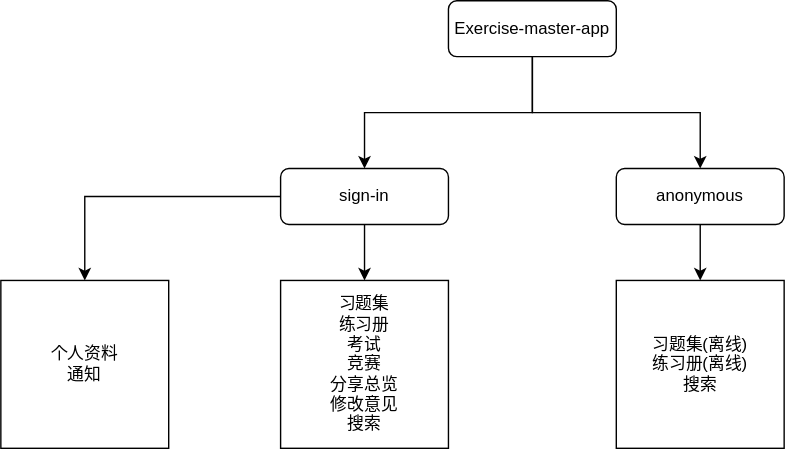
Above: exercise-master-app.svg in gaorock530/brainstorm (draw.io), before the change. Source tidied: cells renumbered, new cells last; positions are measured from the earlier drawing's top-left corner, leaving out a move shared by most shapes.
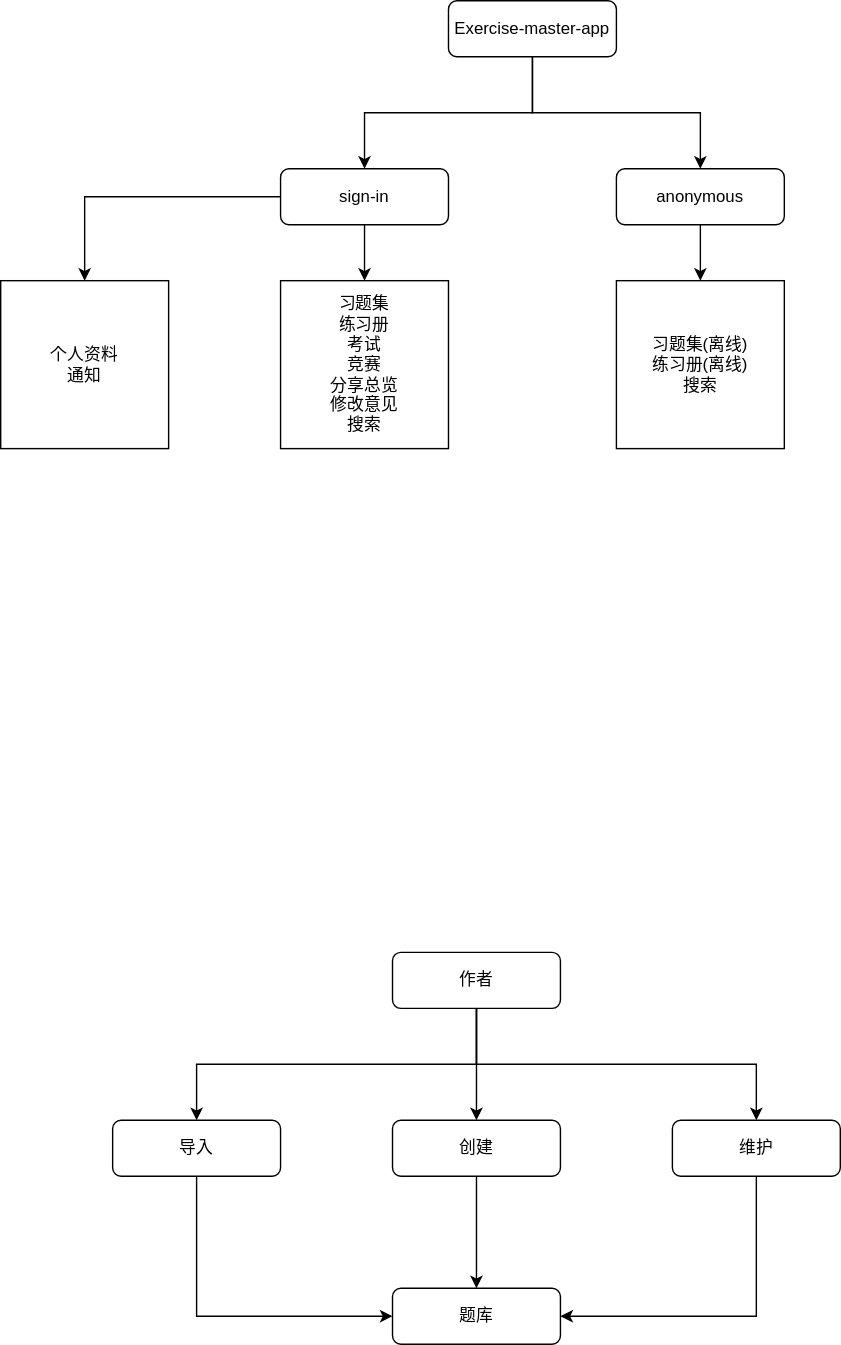
After the change.

What changed in the source:
```diff
@@ -35,5 +35,56 @@
     <mxCell id="12" value="个人资料&lt;br&gt;通知" style="whiteSpace=wrap;html=1;" parent="1" vertex="1">
       <mxGeometry y="200" width="120" height="120" as="geometry" />
     </mxCell>
+    <mxCell id="13" style="edgeStyle=orthogonalEdgeStyle;rounded=0;jettySize=auto;html=1;entryX=0.5;entryY=0;entryDx=0;entryDy=0;" parent="1" edge="1" source="16" target="18">
+      <mxGeometry relative="1" as="geometry" />
+    </mxCell>
+    <mxCell id="14" style="edgeStyle=orthogonalEdgeStyle;rounded=0;jettySize=auto;html=1;entryX=0.5;entryY=0;entryDx=0;entryDy=0;" parent="1" edge="1" source="16" target="20">
+      <mxGeometry relative="1" as="geometry">
+        <Array as="points">
+          <mxPoint x="340" y="760" />
+          <mxPoint x="140" y="760" />
+        </Array>
+      </mxGeometry>
+    </mxCell>
+    <mxCell id="15" style="edgeStyle=orthogonalEdgeStyle;rounded=0;jettySize=auto;html=1;" parent="1" edge="1" source="16" target="22">
+      <mxGeometry relative="1" as="geometry">
+        <Array as="points">
+          <mxPoint x="340" y="760" />
+          <mxPoint x="540" y="760" />
+        </Array>
+      </mxGeometry>
+    </mxCell>
+    <mxCell id="16" value="作者" style="rounded=1;whiteSpace=wrap;html=1;" parent="1" vertex="1">
+      <mxGeometry x="280" y="680" width="120" height="40" as="geometry" />
+    </mxCell>
+    <mxCell id="17" style="edgeStyle=orthogonalEdgeStyle;rounded=0;jettySize=auto;html=1;entryX=0.5;entryY=0;entryDx=0;entryDy=0;" parent="1" edge="1" source="18" target="23">
+      <mxGeometry relative="1" as="geometry" />
+    </mxCell>
+    <mxCell id="18" value="创建" style="rounded=1;whiteSpace=wrap;html=1;" parent="1" vertex="1">
+      <mxGeometry x="280" y="800" width="120" height="40" as="geometry" />
+    </mxCell>
+    <mxCell id="19" style="edgeStyle=orthogonalEdgeStyle;rounded=0;jettySize=auto;html=1;entryX=0;entryY=0.5;entryDx=0;entryDy=0;" parent="1" edge="1" source="20" target="23">
+      <mxGeometry relative="1" as="geometry">
+        <Array as="points">
+          <mxPoint x="140" y="940" />
+        </Array>
+      </mxGeometry>
+    </mxCell>
+    <mxCell id="20" value="导入" style="rounded=1;whiteSpace=wrap;html=1;" parent="1" vertex="1">
+      <mxGeometry x="80" y="800" width="120" height="40" as="geometry" />
+    </mxCell>
+    <mxCell id="21" style="edgeStyle=orthogonalEdgeStyle;rounded=0;jettySize=auto;html=1;entryX=1;entryY=0.5;entryDx=0;entryDy=0;" parent="1" edge="1" source="22" target="23">
+      <mxGeometry relative="1" as="geometry">
+        <Array as="points">
+          <mxPoint x="540" y="940" />
+        </Array>
+      </mxGeometry>
+    </mxCell>
+    <mxCell id="22" value="维护" style="rounded=1;whiteSpace=wrap;html=1;" parent="1" vertex="1">
+      <mxGeometry x="480" y="800" width="120" height="40" as="geometry" />
+    </mxCell>
+    <mxCell id="23" value="题库" style="rounded=1;whiteSpace=wrap;html=1;" parent="1" vertex="1">
+      <mxGeometry x="280" y="920" width="120" height="40" as="geometry" />
+    </mxCell>
   </root>
 </mxGraphModel>
```
